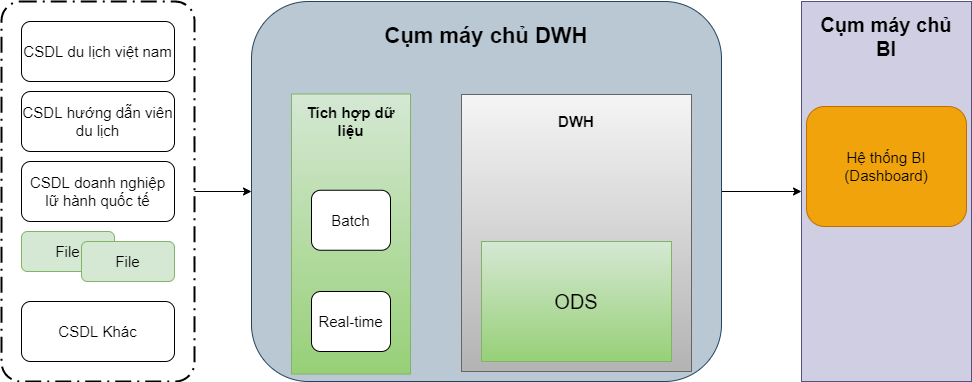
Earlier version of the draw.io export tcdl-Page-2.drawio.png (letheanh12345/Draw-io). Source tidied: cells renumbered, new cells last; positions are measured from the earlier drawing's top-left corner, leaving out a move shared by most shapes. Source of this version:
```xml
<mxGraphModel>
  <root>
    <mxCell id="0" />
    <mxCell id="1" parent="0" />
    <mxCell id="2" style="edgeStyle=orthogonalEdgeStyle;rounded=0;jettySize=auto;html=1;fontSize=15;" parent="1" edge="1" source="3">
      <mxGeometry relative="1" as="geometry">
        <mxPoint x="250" y="190" as="targetPoint" />
      </mxGeometry>
    </mxCell>
    <mxCell id="3" style="points=[[0.25,0,0],[0.5,0,0],[0.75,0,0],[1,0.25,0],[1,0.5,0],[1,0.75,0],[0.75,1,0],[0.5,1,0],[0.25,1,0],[0,0.75,0],[0,0.5,0],[0,0.25,0]];rounded=1;arcSize=10;dashed=1;strokeColor=#000000;fillColor=none;gradientColor=none;dashPattern=8 3 1 3;strokeWidth=2;fontStyle=1;fontSize=20;" parent="1" vertex="1">
      <mxGeometry width="193" height="380" as="geometry" />
    </mxCell>
    <mxCell id="4" style="edgeStyle=orthogonalEdgeStyle;rounded=0;jettySize=auto;html=1;exitX=1;exitY=0.5;exitDx=0;exitDy=0;entryX=0;entryY=0.5;entryDx=0;entryDy=0;fontSize=20;" parent="1" edge="1" source="5" target="20">
      <mxGeometry relative="1" as="geometry" />
    </mxCell>
    <mxCell id="5" style="rounded=1;whiteSpace=wrap;html=1;fillColor=#bac8d3;strokeColor=#23445d;" parent="1" vertex="1">
      <mxGeometry x="250" width="470" height="380" as="geometry" />
    </mxCell>
    <mxCell id="6" value="&lt;font style=&quot;font-size: 22px&quot;&gt;&lt;b&gt;Cụm máy chủ DWH&lt;/b&gt;&lt;/font&gt;" style="text;html=1;strokeColor=none;fillColor=none;align=center;verticalAlign=middle;whiteSpace=wrap;rounded=0;" parent="1" vertex="1">
      <mxGeometry x="270" y="20" width="430" height="30" as="geometry" />
    </mxCell>
    <mxCell id="7" value="&lt;font style=&quot;font-size: 15px;&quot;&gt;CSDL du lịch việt nam&lt;/font&gt;" style="rounded=1;whiteSpace=wrap;html=1;" parent="1" vertex="1">
      <mxGeometry x="20" y="20" width="153" height="60" as="geometry" />
    </mxCell>
    <mxCell id="8" value="&lt;font style=&quot;font-size: 15px;&quot;&gt;CSDL hướng dẫn viên du lịch&lt;/font&gt;" style="rounded=1;whiteSpace=wrap;html=1;" parent="1" vertex="1">
      <mxGeometry x="20" y="90" width="153" height="60" as="geometry" />
    </mxCell>
    <mxCell id="9" value="&lt;font style=&quot;font-size: 15px;&quot;&gt;CSDL doanh nghiệp lữ hành quốc tế&lt;/font&gt;" style="rounded=1;whiteSpace=wrap;html=1;" parent="1" vertex="1">
      <mxGeometry x="20" y="160" width="153" height="60" as="geometry" />
    </mxCell>
    <mxCell id="10" value="&lt;font style=&quot;font-size: 15px;&quot;&gt;File&lt;/font&gt;" style="rounded=1;whiteSpace=wrap;html=1;fillColor=#d5e8d4;strokeColor=#82b366;" parent="1" vertex="1">
      <mxGeometry x="20" y="230" width="93" height="40" as="geometry" />
    </mxCell>
    <mxCell id="11" value="&lt;font style=&quot;font-size: 15px;&quot;&gt;CSDL Khác&lt;/font&gt;" style="rounded=1;whiteSpace=wrap;html=1;" parent="1" vertex="1">
      <mxGeometry x="20" y="300" width="153" height="60" as="geometry" />
    </mxCell>
    <mxCell id="12" value="&lt;font style=&quot;font-size: 15px;&quot;&gt;File&lt;/font&gt;" style="rounded=1;whiteSpace=wrap;html=1;fillColor=#d5e8d4;strokeColor=#82b366;" parent="1" vertex="1">
      <mxGeometry x="80" y="240" width="93" height="40" as="geometry" />
    </mxCell>
    <mxCell id="13" style="rounded=0;whiteSpace=wrap;html=1;fontSize=15;fillColor=#d5e8d4;gradientColor=#97d077;strokeColor=#82b366;" parent="1" vertex="1">
      <mxGeometry x="290" y="92.5" width="119" height="280" as="geometry" />
    </mxCell>
    <mxCell id="14" value="&lt;b&gt;Tích hợp dữ liệu&lt;/b&gt;" style="text;html=1;strokeColor=none;fillColor=none;align=center;verticalAlign=middle;whiteSpace=wrap;rounded=0;fontSize=15;" parent="1" vertex="1">
      <mxGeometry x="290" y="105" width="119" height="30" as="geometry" />
    </mxCell>
    <mxCell id="15" value="Batch" style="rounded=1;whiteSpace=wrap;html=1;fontSize=15;" parent="1" vertex="1">
      <mxGeometry x="310" y="188.8" width="79" height="60" as="geometry" />
    </mxCell>
    <mxCell id="16" value="Real-time" style="rounded=1;whiteSpace=wrap;html=1;fontSize=15;" parent="1" vertex="1">
      <mxGeometry x="310" y="290" width="79" height="60" as="geometry" />
    </mxCell>
    <mxCell id="17" style="rounded=0;whiteSpace=wrap;html=1;fontSize=15;fillColor=#f5f5f5;gradientColor=#b3b3b3;strokeColor=#666666;" parent="1" vertex="1">
      <mxGeometry x="460" y="93" width="230" height="277" as="geometry" />
    </mxCell>
    <mxCell id="18" value="&lt;font style=&quot;font-size: 20px;&quot;&gt;ODS&lt;/font&gt;" style="rounded=0;whiteSpace=wrap;html=1;fontSize=15;fillColor=#d5e8d4;gradientColor=#97d077;strokeColor=#82b366;" parent="1" vertex="1">
      <mxGeometry x="480" y="240" width="190" height="120" as="geometry" />
    </mxCell>
    <mxCell id="19" value="&lt;b&gt;DWH&lt;/b&gt;" style="text;html=1;strokeColor=none;fillColor=none;align=center;verticalAlign=middle;whiteSpace=wrap;rounded=0;fontSize=15;" parent="1" vertex="1">
      <mxGeometry x="480" y="105" width="190" height="30" as="geometry" />
    </mxCell>
    <mxCell id="20" style="rounded=0;whiteSpace=wrap;html=1;fontSize=15;fillColor=#d0cee2;strokeColor=#56517e;" parent="1" vertex="1">
      <mxGeometry x="800" width="170" height="380" as="geometry" />
    </mxCell>
    <mxCell id="21" value="&lt;b&gt;&lt;font style=&quot;font-size: 20px;&quot;&gt;Cụm máy chủ BI&lt;/font&gt;&lt;/b&gt;" style="text;html=1;strokeColor=none;fillColor=none;align=center;verticalAlign=middle;whiteSpace=wrap;rounded=0;fontSize=15;" parent="1" vertex="1">
      <mxGeometry x="810" y="10" width="150" height="50" as="geometry" />
    </mxCell>
    <mxCell id="22" value="Hệ thống BI (Dashboard)" style="rounded=1;whiteSpace=wrap;html=1;fontSize=15;fillColor=#f0a30a;fontColor=#000000;strokeColor=#BD7000;" parent="1" vertex="1">
      <mxGeometry x="805" y="105" width="160" height="120" as="geometry" />
    </mxCell>
  </root>
</mxGraphModel>
```
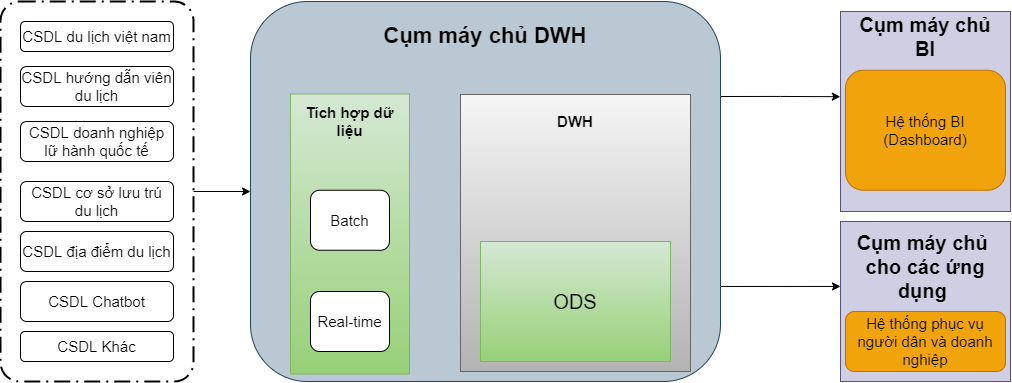
The same file after the commit.

Diff of the diagram source:
```diff
@@ -10,9 +10,12 @@
     <mxCell id="3" style="points=[[0.25,0,0],[0.5,0,0],[0.75,0,0],[1,0.25,0],[1,0.5,0],[1,0.75,0],[0.75,1,0],[0.5,1,0],[0.25,1,0],[0,0.75,0],[0,0.5,0],[0,0.25,0]];rounded=1;arcSize=10;dashed=1;strokeColor=#000000;fillColor=none;gradientColor=none;dashPattern=8 3 1 3;strokeWidth=2;fontStyle=1;fontSize=20;" parent="1" vertex="1">
       <mxGeometry width="193" height="380" as="geometry" />
     </mxCell>
-    <mxCell id="4" style="edgeStyle=orthogonalEdgeStyle;rounded=0;jettySize=auto;html=1;exitX=1;exitY=0.5;exitDx=0;exitDy=0;entryX=0;entryY=0.5;entryDx=0;entryDy=0;fontSize=20;" parent="1" edge="1" source="5" target="20">
+    <mxCell id="4" style="edgeStyle=orthogonalEdgeStyle;rounded=0;jettySize=auto;html=1;exitX=1;exitY=0.25;exitDx=0;exitDy=0;entryX=-0.001;entryY=0.426;entryDx=0;entryDy=0;entryPerimeter=0;" parent="1" edge="1" source="5" target="20">
       <mxGeometry relative="1" as="geometry" />
     </mxCell>
+    <mxCell id="23" style="edgeStyle=orthogonalEdgeStyle;rounded=0;jettySize=auto;html=1;exitX=1;exitY=0.75;exitDx=0;exitDy=0;entryX=0;entryY=0.406;entryDx=0;entryDy=0;entryPerimeter=0;" parent="1" edge="1" source="5" target="24">
+      <mxGeometry relative="1" as="geometry" />
+    </mxCell>
     <mxCell id="5" style="rounded=1;whiteSpace=wrap;html=1;fillColor=#bac8d3;strokeColor=#23445d;" parent="1" vertex="1">
       <mxGeometry x="250" width="470" height="380" as="geometry" />
     </mxCell>
@@ -20,23 +23,17 @@
       <mxGeometry x="270" y="20" width="430" height="30" as="geometry" />
     </mxCell>
     <mxCell id="7" value="&lt;font style=&quot;font-size: 15px;&quot;&gt;CSDL du lịch việt nam&lt;/font&gt;" style="rounded=1;whiteSpace=wrap;html=1;" parent="1" vertex="1">
-      <mxGeometry x="20" y="20" width="153" height="60" as="geometry" />
+      <mxGeometry x="20" y="20" width="153" height="30" as="geometry" />
     </mxCell>
     <mxCell id="8" value="&lt;font style=&quot;font-size: 15px;&quot;&gt;CSDL hướng dẫn viên du lịch&lt;/font&gt;" style="rounded=1;whiteSpace=wrap;html=1;" parent="1" vertex="1">
-      <mxGeometry x="20" y="90" width="153" height="60" as="geometry" />
+      <mxGeometry x="20" y="65" width="153" height="40" as="geometry" />
     </mxCell>
     <mxCell id="9" value="&lt;font style=&quot;font-size: 15px;&quot;&gt;CSDL doanh nghiệp lữ hành quốc tế&lt;/font&gt;" style="rounded=1;whiteSpace=wrap;html=1;" parent="1" vertex="1">
-      <mxGeometry x="20" y="160" width="153" height="60" as="geometry" />
+      <mxGeometry x="20" y="120" width="153" height="40" as="geometry" />
     </mxCell>
-    <mxCell id="10" value="&lt;font style=&quot;font-size: 15px;&quot;&gt;File&lt;/font&gt;" style="rounded=1;whiteSpace=wrap;html=1;fillColor=#d5e8d4;strokeColor=#82b366;" parent="1" vertex="1">
-      <mxGeometry x="20" y="230" width="93" height="40" as="geometry" />
-    </mxCell>
     <mxCell id="11" value="&lt;font style=&quot;font-size: 15px;&quot;&gt;CSDL Khác&lt;/font&gt;" style="rounded=1;whiteSpace=wrap;html=1;" parent="1" vertex="1">
-      <mxGeometry x="20" y="300" width="153" height="60" as="geometry" />
+      <mxGeometry x="20" y="330" width="153" height="30" as="geometry" />
     </mxCell>
-    <mxCell id="12" value="&lt;font style=&quot;font-size: 15px;&quot;&gt;File&lt;/font&gt;" style="rounded=1;whiteSpace=wrap;html=1;fillColor=#d5e8d4;strokeColor=#82b366;" parent="1" vertex="1">
-      <mxGeometry x="80" y="240" width="93" height="40" as="geometry" />
-    </mxCell>
     <mxCell id="13" style="rounded=0;whiteSpace=wrap;html=1;fontSize=15;fillColor=#d5e8d4;gradientColor=#97d077;strokeColor=#82b366;" parent="1" vertex="1">
       <mxGeometry x="290" y="92.5" width="119" height="280" as="geometry" />
     </mxCell>
@@ -59,13 +56,31 @@
       <mxGeometry x="480" y="105" width="190" height="30" as="geometry" />
     </mxCell>
     <mxCell id="20" style="rounded=0;whiteSpace=wrap;html=1;fontSize=15;fillColor=#d0cee2;strokeColor=#56517e;" parent="1" vertex="1">
-      <mxGeometry x="800" width="170" height="380" as="geometry" />
+      <mxGeometry x="840" y="10" width="170" height="200" as="geometry" />
     </mxCell>
     <mxCell id="21" value="&lt;b&gt;&lt;font style=&quot;font-size: 20px;&quot;&gt;Cụm máy chủ BI&lt;/font&gt;&lt;/b&gt;" style="text;html=1;strokeColor=none;fillColor=none;align=center;verticalAlign=middle;whiteSpace=wrap;rounded=0;fontSize=15;" parent="1" vertex="1">
-      <mxGeometry x="810" y="10" width="150" height="50" as="geometry" />
+      <mxGeometry x="850" y="10" width="150" height="50" as="geometry" />
     </mxCell>
     <mxCell id="22" value="Hệ thống BI (Dashboard)" style="rounded=1;whiteSpace=wrap;html=1;fontSize=15;fillColor=#f0a30a;fontColor=#000000;strokeColor=#BD7000;" parent="1" vertex="1">
-      <mxGeometry x="805" y="105" width="160" height="120" as="geometry" />
+      <mxGeometry x="845" y="68.8" width="160" height="120" as="geometry" />
     </mxCell>
+    <mxCell id="24" style="rounded=0;whiteSpace=wrap;html=1;fontSize=15;fillColor=#d0cee2;strokeColor=#56517e;" parent="1" vertex="1">
+      <mxGeometry x="840" y="220" width="170" height="160" as="geometry" />
+    </mxCell>
+    <mxCell id="25" value="&lt;b&gt;&lt;font style=&quot;font-size: 20px;&quot;&gt;Cụm máy chủ&amp;nbsp;&lt;br&gt;cho các ứng dụng&amp;nbsp;&lt;br&gt;&lt;/font&gt;&lt;/b&gt;" style="text;html=1;strokeColor=none;fillColor=none;align=center;verticalAlign=middle;whiteSpace=wrap;rounded=0;fontSize=15;" parent="1" vertex="1">
+      <mxGeometry x="850" y="230" width="150" height="70" as="geometry" />
+    </mxCell>
+    <mxCell id="26" value="Hệ thống phục vụ người dân và doanh nghiệp" style="rounded=1;whiteSpace=wrap;html=1;fontSize=15;fillColor=#f0a30a;fontColor=#000000;strokeColor=#BD7000;" parent="1" vertex="1">
+      <mxGeometry x="845" y="310" width="160" height="60" as="geometry" />
+    </mxCell>
+    <mxCell id="27" value="&lt;font style=&quot;font-size: 15px;&quot;&gt;CSDL cơ sở lưu trú du lịch&lt;/font&gt;" style="rounded=1;whiteSpace=wrap;html=1;" parent="1" vertex="1">
+      <mxGeometry x="20" y="180" width="153" height="40" as="geometry" />
+    </mxCell>
+    <mxCell id="28" value="&lt;font style=&quot;font-size: 15px;&quot;&gt;CSDL Chatbot&lt;/font&gt;" style="rounded=1;whiteSpace=wrap;html=1;" parent="1" vertex="1">
+      <mxGeometry x="20" y="280" width="153" height="40" as="geometry" />
+    </mxCell>
+    <mxCell id="29" value="&lt;font style=&quot;font-size: 15px;&quot;&gt;CSDL địa điểm du lịch&lt;/font&gt;" style="rounded=1;whiteSpace=wrap;html=1;" parent="1" vertex="1">
+      <mxGeometry x="20" y="230" width="153" height="40" as="geometry" />
+    </mxCell>
   </root>
 </mxGraphModel>
```
